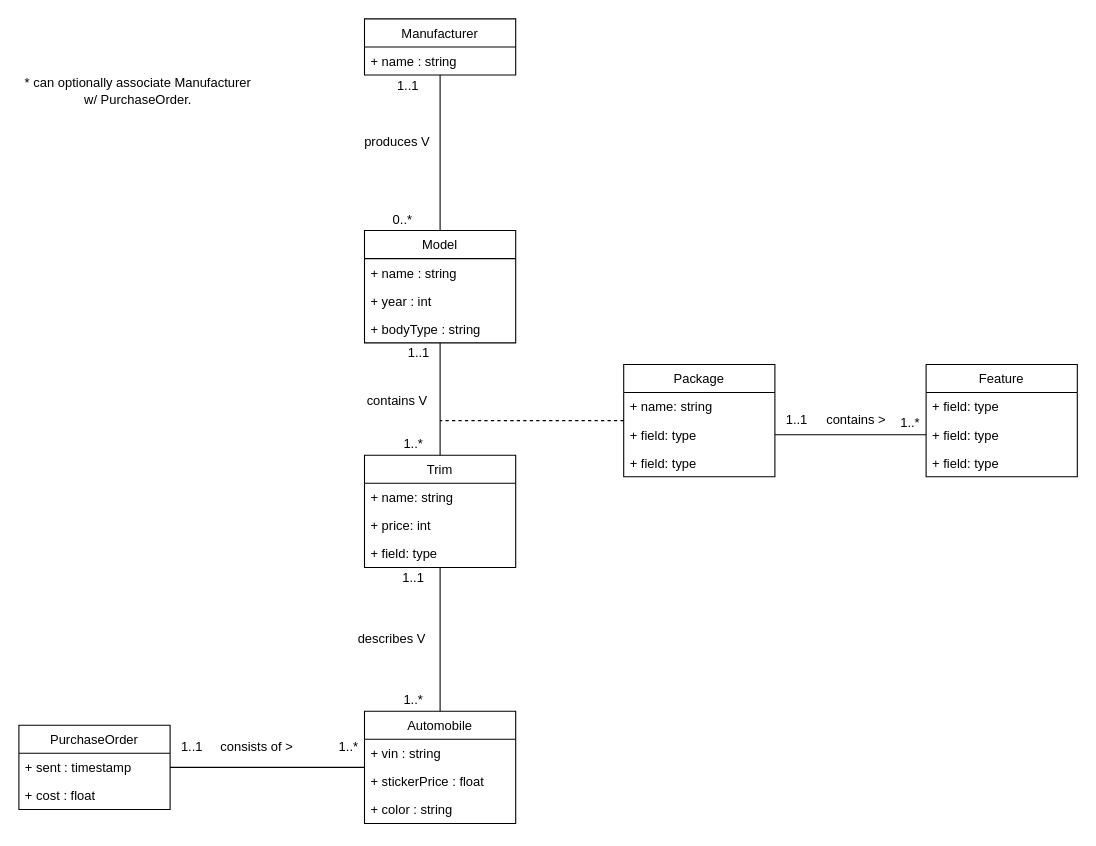
Above: page "UML" (1 of 2) of Project 2.drawio in AnthraciteData/CECS-323- (draw.io), before the change. Source tidied: cells renumbered, new cells numbered last; positions are measured from the earlier drawing's top-left corner, leaving out a move shared by most shapes. Both pictures are drawn from the tidied source at 108%, with x=0, y=0 at pixel (18, 18).
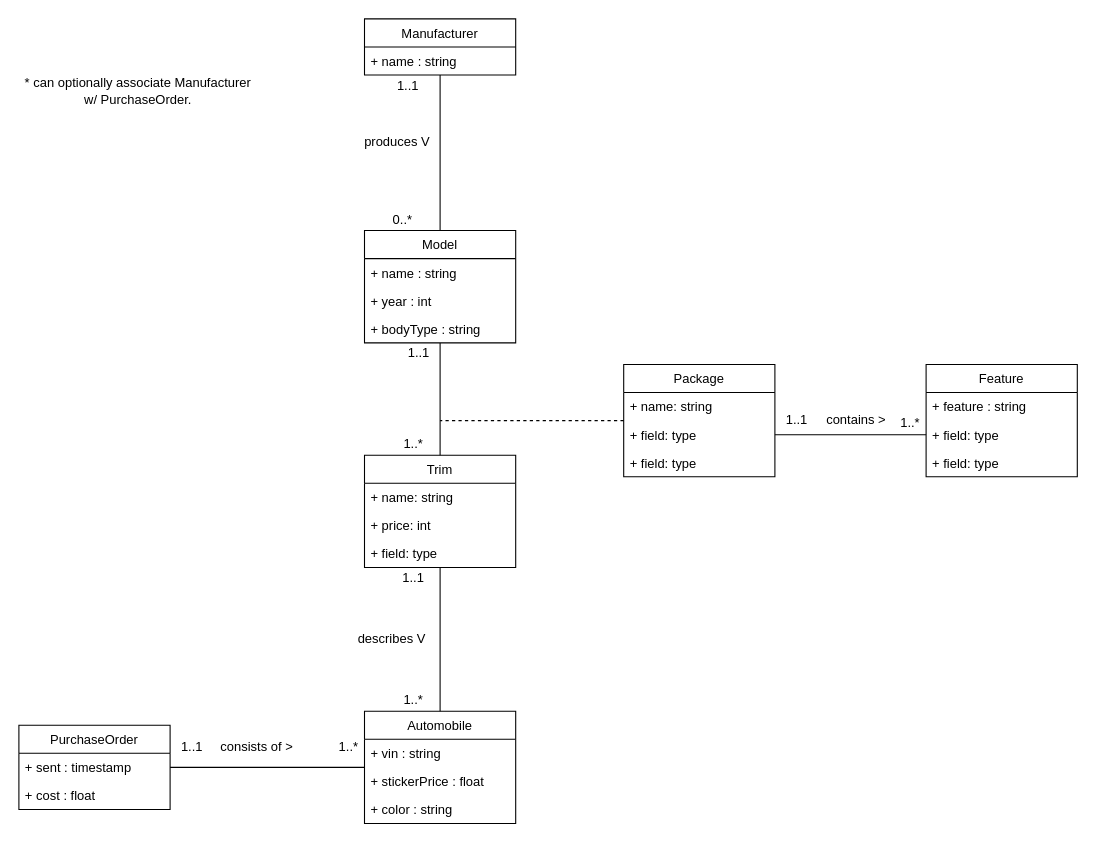
The same page after the edit.

The change refers to these unchanged cells:
```xml
<mxCell id="31" value="Feature" style="swimlane;fontStyle=0;horizontal=1;startSize=26;fillColor=none;" parent="1" vertex="1">
  <mxGeometry x="840" y="320" width="140" height="104" as="geometry" />
</mxCell>
```

Diff of the diagram source:
```diff
@@
-    <mxCell id="32" value="+ field: type" style="text;strokeColor=none;fillColor=none;align=left;verticalAlign=top;spacingLeft=4;spacingRight=4;overflow=hidden;" parent="31" vertex="1">
+    <mxCell id="32" value="+ feature : string" style="text;strokeColor=none;fillColor=none;align=left;verticalAlign=top;spacingLeft=4;spacingRight=4;overflow=hidden;" parent="31" vertex="1">
       <mxGeometry y="26" width="140" height="26" as="geometry" />
     </mxCell>
@@
-    <mxCell id="41" value="contains V" style="text;html=1;align=center;verticalAlign=middle;strokeColor=none;fillColor=none;" parent="1" vertex="1">
-      <mxGeometry x="315" y="344" width="70" height="20" as="geometry" />
-    </mxCell>
```
